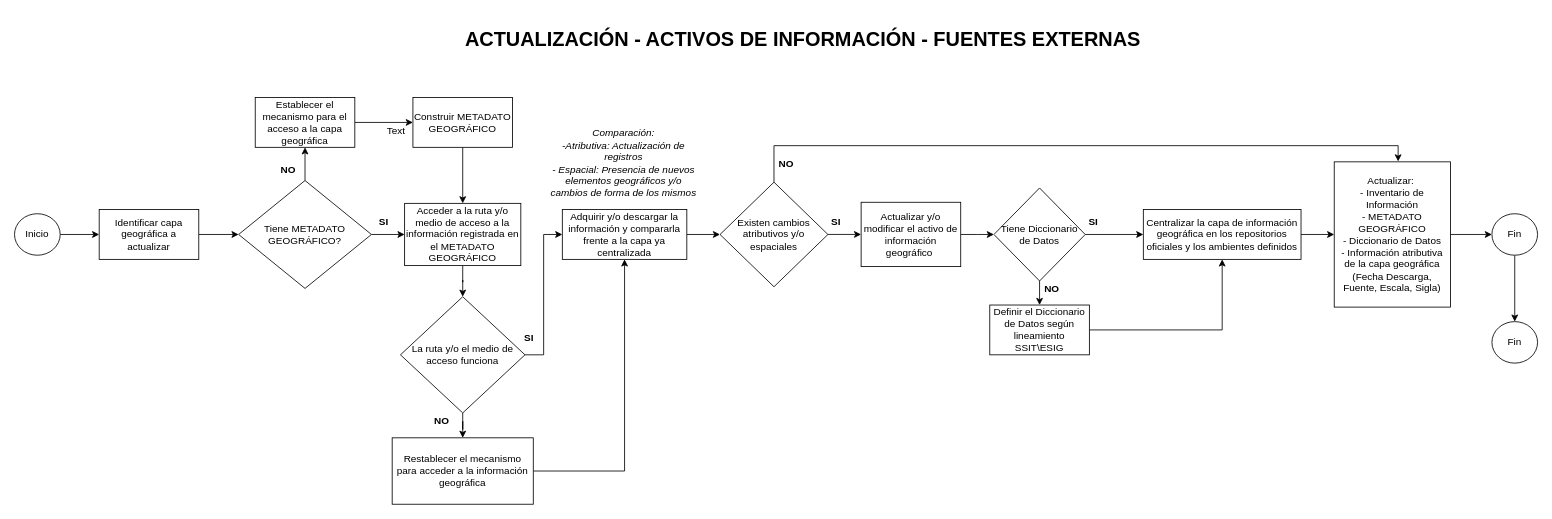
rjsaby/FlujoProcesos keeps this draw.io diagram as page "ACTUALIZACION_FUENTES_EXTERNAS" (1 of 2) of Untitled Diagram.drawio. Above is the earlier version. Source tidied: cells renumbered, new cells numbered last; positions are measured from the earlier drawing's top-left corner, leaving out a move shared by most shapes. Both pictures are drawn from the tidied source at 83%, with x=0, y=0 at pixel (14, 31).
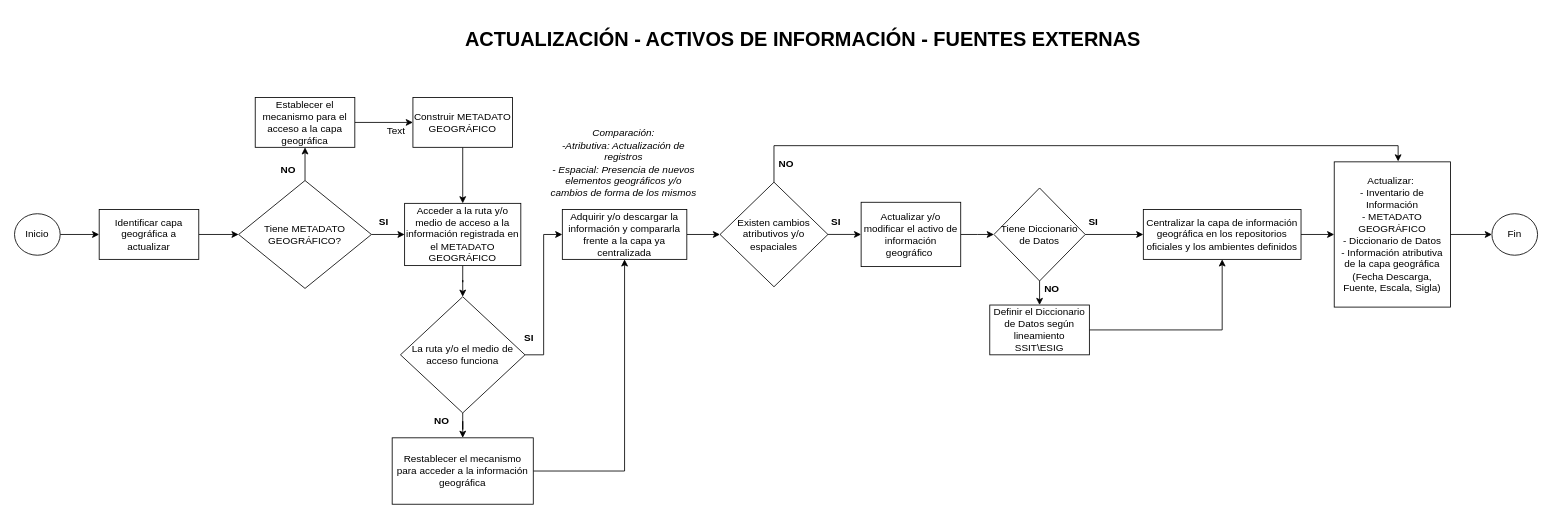
Above is the later version.

Unchanged cells that the change refers to:
```xml
<mxCell id="33" value="Fin" style="ellipse;whiteSpace=wrap;html=1;" parent="1" vertex="1">
  <mxGeometry x="1780" y="220" width="55" height="50" as="geometry" />
</mxCell>
```

Diff of the diagram source:
```diff
@@
-    <mxCell id="32" style="edgeStyle=orthogonalEdgeStyle;rounded=0;jettySize=auto;html=1;" parent="1" edge="1" source="33" target="34">
-      <mxGeometry relative="1" as="geometry" />
-    </mxCell>
@@
-    <mxCell id="34" value="Fin" style="ellipse;whiteSpace=wrap;html=1;" parent="1" vertex="1">
-      <mxGeometry x="1780" y="350" width="55" height="50" as="geometry" />
-    </mxCell>
```
